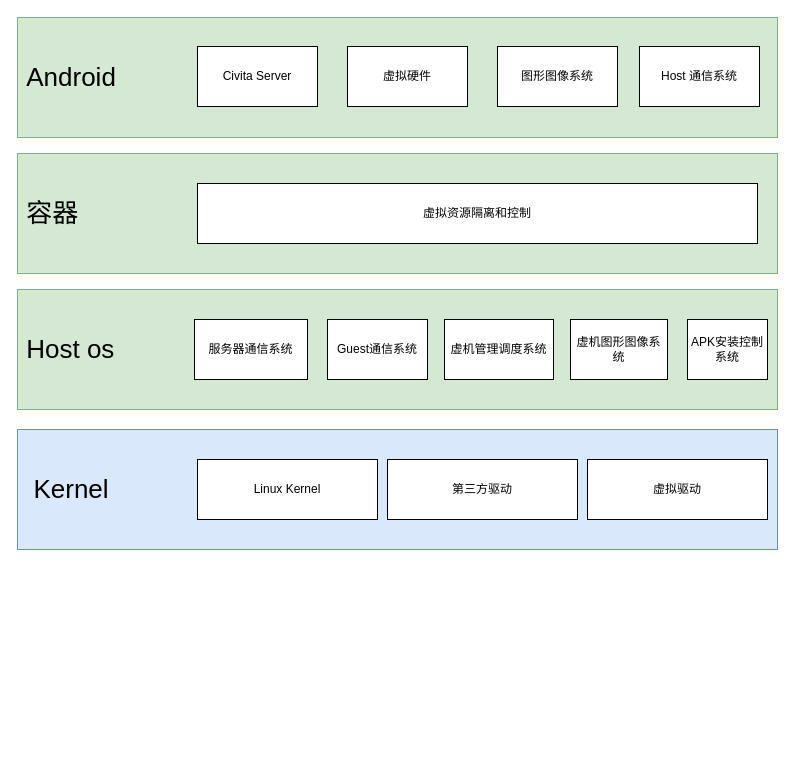
The draw.io diagram Untitled Diagram.drawio in GeekCookie/AlxLocationManager, before the edit. Source tidied: cells renumbered, new cells numbered last; positions are measured from the earlier drawing's top-left corner, leaving out a move shared by most shapes. Both pictures are drawn from the tidied source at 100%, with x=0, y=0 at pixel (17, 17).
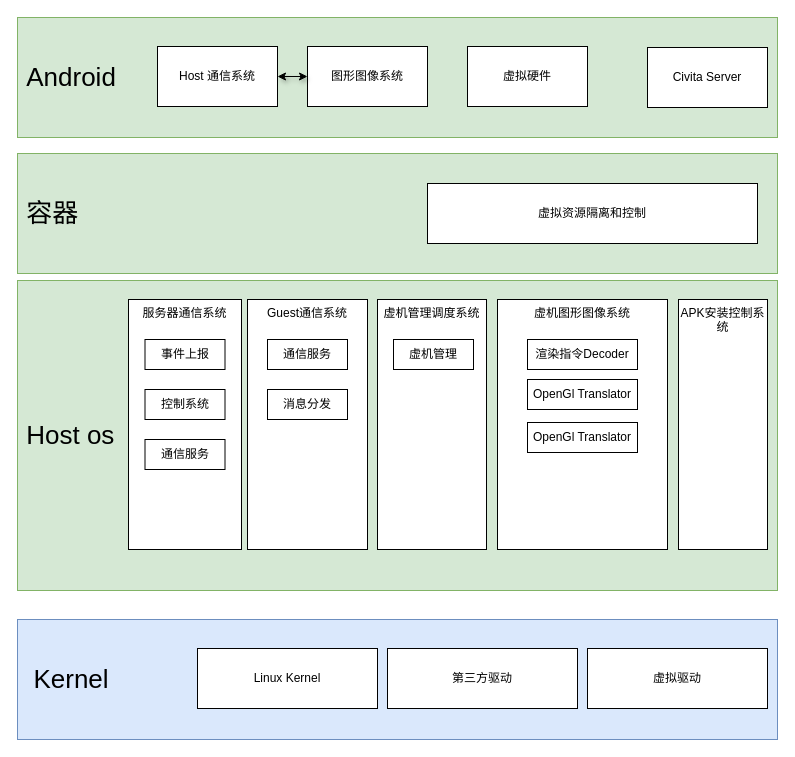
Above is the later version.

Diff of the diagram source:
```diff
@@
     <mxCell id="2" value="&lt;font style=&quot;font-size: 26px&quot;&gt;&amp;nbsp; Kernel&lt;/font&gt;" style="rounded=0;whiteSpace=wrap;html=1;align=left;fillColor=#dae8fc;strokeColor=#6c8ebf;" parent="1" vertex="1">
-      <mxGeometry y="412" width="760" height="120" as="geometry" />
+      <mxGeometry y="602" width="760" height="120" as="geometry" />
     </mxCell>
     <mxCell id="3" value="&lt;span style=&quot;font-size: 26px&quot;&gt;&amp;nbsp;Host os&lt;/span&gt;" style="rounded=0;whiteSpace=wrap;html=1;align=left;fillColor=#d5e8d4;strokeColor=#82b366;" parent="1" vertex="1">
-      <mxGeometry y="272" width="760" height="120" as="geometry" />
+      <mxGeometry y="263" width="760" height="310" as="geometry" />
     </mxCell>
     <mxCell id="4" value="Linux Kernel" style="rounded=0;whiteSpace=wrap;html=1;" parent="1" vertex="1">
-      <mxGeometry x="180" y="442" width="180" height="60" as="geometry" />
+      <mxGeometry x="180" y="631" width="180" height="60" as="geometry" />
     </mxCell>
     <mxCell id="5" value="第三方驱动" style="rounded=0;whiteSpace=wrap;html=1;" parent="1" vertex="1">
-      <mxGeometry x="370" y="442" width="190" height="60" as="geometry" />
+      <mxGeometry x="370" y="631" width="190" height="60" as="geometry" />
     </mxCell>
     <mxCell id="6" value="虚拟驱动" style="rounded=0;whiteSpace=wrap;html=1;" parent="1" vertex="1">
-      <mxGeometry x="570" y="442" width="180" height="60" as="geometry" />
+      <mxGeometry x="570" y="631" width="180" height="60" as="geometry" />
     </mxCell>
-    <mxCell id="7" value="虚机图形图像系统" style="rounded=0;whiteSpace=wrap;html=1;" parent="1" vertex="1">
-      <mxGeometry x="553" y="302" width="97" height="60" as="geometry" />
+    <mxCell id="7" value="虚机图形图像系统" style="rounded=0;whiteSpace=wrap;html=1;verticalAlign=top;" parent="1" vertex="1">
+      <mxGeometry x="480" y="282" width="170" height="250" as="geometry" />
     </mxCell>
@@
     <mxCell id="9" value="Civita Server" style="rounded=0;whiteSpace=wrap;html=1;" parent="1" vertex="1">
-      <mxGeometry x="180" y="29" width="120" height="60" as="geometry" />
+      <mxGeometry x="630" y="30" width="120" height="60" as="geometry" />
     </mxCell>
     <mxCell id="10" value="虚拟硬件" style="rounded=0;whiteSpace=wrap;html=1;" parent="1" vertex="1">
-      <mxGeometry x="330" y="29" width="120" height="60" as="geometry" />
+      <mxGeometry x="450" y="29" width="120" height="60" as="geometry" />
     </mxCell>
-    <mxCell id="11" value="Guest通信系统" style="rounded=0;whiteSpace=wrap;html=1;" parent="1" vertex="1">
-      <mxGeometry x="310" y="302" width="100" height="60" as="geometry" />
+    <mxCell id="11" value="Guest通信系统" style="rounded=0;whiteSpace=wrap;html=1;verticalAlign=top;" parent="1" vertex="1">
+      <mxGeometry x="230" y="282" width="120" height="250" as="geometry" />
     </mxCell>
-    <mxCell id="12" value="APK安装控制系统" style="rounded=0;whiteSpace=wrap;html=1;" parent="1" vertex="1">
-      <mxGeometry x="670" y="302" width="80" height="60" as="geometry" />
+    <mxCell id="12" value="APK安装控制系统" style="rounded=0;whiteSpace=wrap;html=1;verticalAlign=top;" parent="1" vertex="1">
+      <mxGeometry x="661" y="282" width="89" height="250" as="geometry" />
     </mxCell>
     <mxCell id="13" value="图形图像系统" style="rounded=0;whiteSpace=wrap;html=1;" parent="1" vertex="1">
-      <mxGeometry x="480" y="29" width="120" height="60" as="geometry" />
+      <mxGeometry x="290" y="29" width="120" height="60" as="geometry" />
     </mxCell>
+    <mxCell id="19" style="edgeStyle=orthogonalEdgeStyle;rounded=0;jettySize=auto;html=1;exitX=1;exitY=0.5;exitDx=0;exitDy=0;shadow=1;startArrow=classic;startFill=1;" parent="1" edge="1" source="14" target="13">
+      <mxGeometry relative="1" as="geometry" />
+    </mxCell>
     <mxCell id="14" value="Host 通信系统" style="rounded=0;whiteSpace=wrap;html=1;" parent="1" vertex="1">
-      <mxGeometry x="622" y="29" width="120" height="60" as="geometry" />
+      <mxGeometry x="140" y="29" width="120" height="60" as="geometry" />
     </mxCell>
@@
     <mxCell id="16" value="虚拟资源隔离和控制" style="rounded=0;whiteSpace=wrap;html=1;" parent="1" vertex="1">
-      <mxGeometry x="180" y="166" width="560" height="60" as="geometry" />
+      <mxGeometry x="410" y="166" width="330" height="60" as="geometry" />
     </mxCell>
-    <mxCell id="17" value="虚机管理调度系统" style="rounded=0;whiteSpace=wrap;html=1;" parent="1" vertex="1">
-      <mxGeometry x="427" y="302" width="109" height="60" as="geometry" />
+    <mxCell id="17" value="虚机管理调度系统" style="rounded=0;whiteSpace=wrap;html=1;verticalAlign=top;" parent="1" vertex="1">
+      <mxGeometry x="360" y="282" width="109" height="250" as="geometry" />
     </mxCell>
-    <mxCell id="18" value="服务器通信系统" style="rounded=0;whiteSpace=wrap;html=1;" parent="1" vertex="1">
-      <mxGeometry x="177" y="302" width="113" height="60" as="geometry" />
+    <mxCell id="18" value="服务器通信系统" style="rounded=0;whiteSpace=wrap;html=1;verticalAlign=top;" parent="1" vertex="1">
+      <mxGeometry x="111" y="282" width="113" height="250" as="geometry" />
     </mxCell>
+    <mxCell id="20" value="事件上报" style="rounded=0;whiteSpace=wrap;html=1;" parent="1" vertex="1">
+      <mxGeometry x="127.5" y="322" width="80" height="30" as="geometry" />
+    </mxCell>
+    <mxCell id="21" value="控制系统" style="rounded=0;whiteSpace=wrap;html=1;" parent="1" vertex="1">
+      <mxGeometry x="127.5" y="372" width="80" height="30" as="geometry" />
+    </mxCell>
+    <mxCell id="22" value="通信服务" style="rounded=0;whiteSpace=wrap;html=1;" parent="1" vertex="1">
+      <mxGeometry x="250" y="322" width="80" height="30" as="geometry" />
+    </mxCell>
+    <mxCell id="23" value="消息分发" style="rounded=0;whiteSpace=wrap;html=1;" parent="1" vertex="1">
+      <mxGeometry x="250" y="372" width="80" height="30" as="geometry" />
+    </mxCell>
+    <mxCell id="24" value="虚机管理" style="rounded=0;whiteSpace=wrap;html=1;" parent="1" vertex="1">
+      <mxGeometry x="376" y="322" width="80" height="30" as="geometry" />
+    </mxCell>
+    <mxCell id="25" value="通信服务" style="rounded=0;whiteSpace=wrap;html=1;" parent="1" vertex="1">
+      <mxGeometry x="127.5" y="422" width="80" height="30" as="geometry" />
+    </mxCell>
+    <mxCell id="26" value="渲染指令Decoder" style="rounded=0;whiteSpace=wrap;html=1;" parent="1" vertex="1">
+      <mxGeometry x="510" y="322" width="110" height="30" as="geometry" />
+    </mxCell>
+    <mxCell id="27" value="OpenGl Translator" style="rounded=0;whiteSpace=wrap;html=1;" parent="1" vertex="1">
+      <mxGeometry x="510" y="362" width="110" height="30" as="geometry" />
+    </mxCell>
+    <mxCell id="28" value="OpenGl Translator" style="rounded=0;whiteSpace=wrap;html=1;" parent="1" vertex="1">
+      <mxGeometry x="510" y="405" width="110" height="30" as="geometry" />
+    </mxCell>
```
